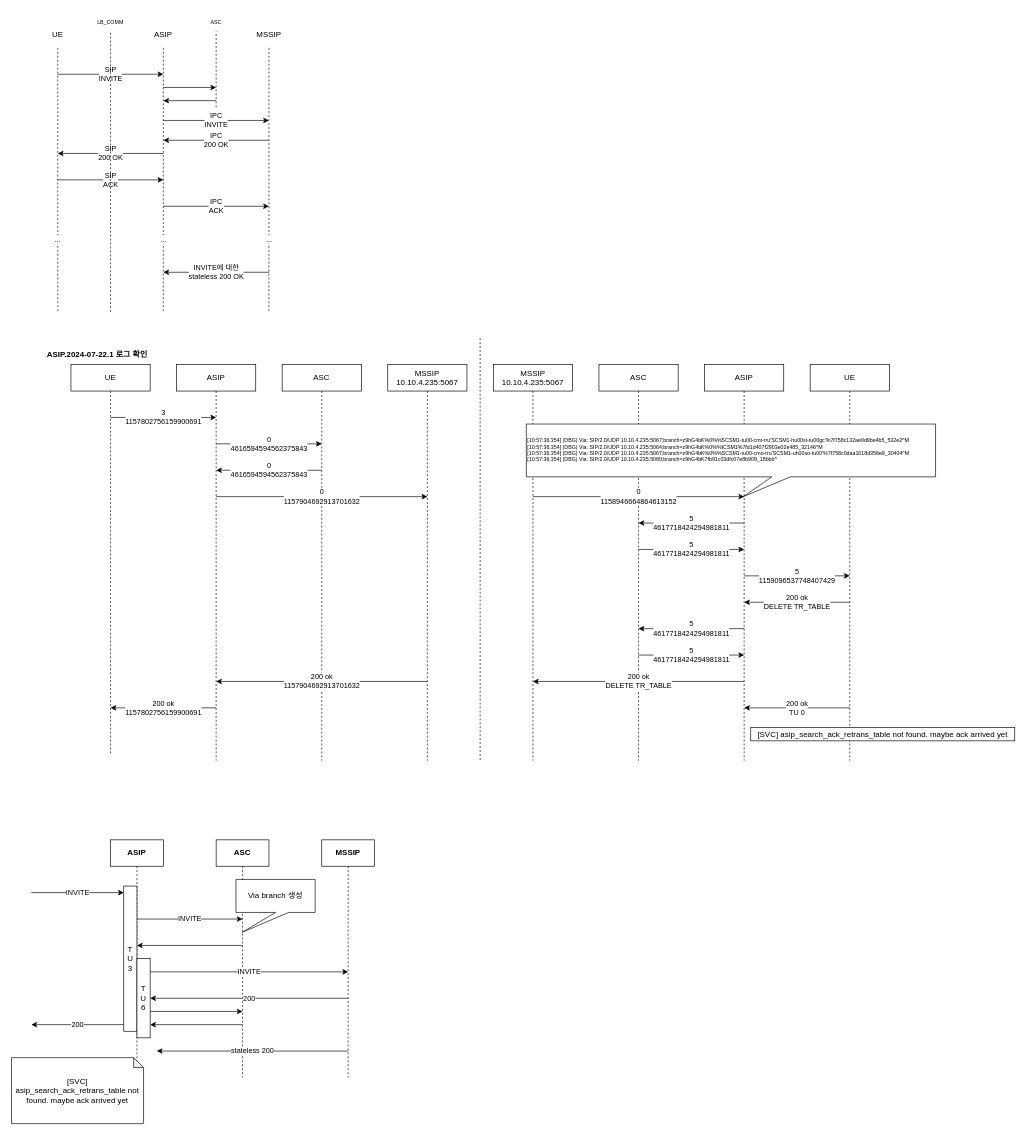
Before: ATIPC.drawio in JaeHyeon774/NEWTIL, a draw.io diagram. Source tidied: cells renumbered, new cells numbered last; positions are measured from the earlier drawing's top-left corner, leaving out a move shared by most shapes. Both pictures are drawn from the tidied source at 66%, with x=0, y=0 at pixel (11, 11).
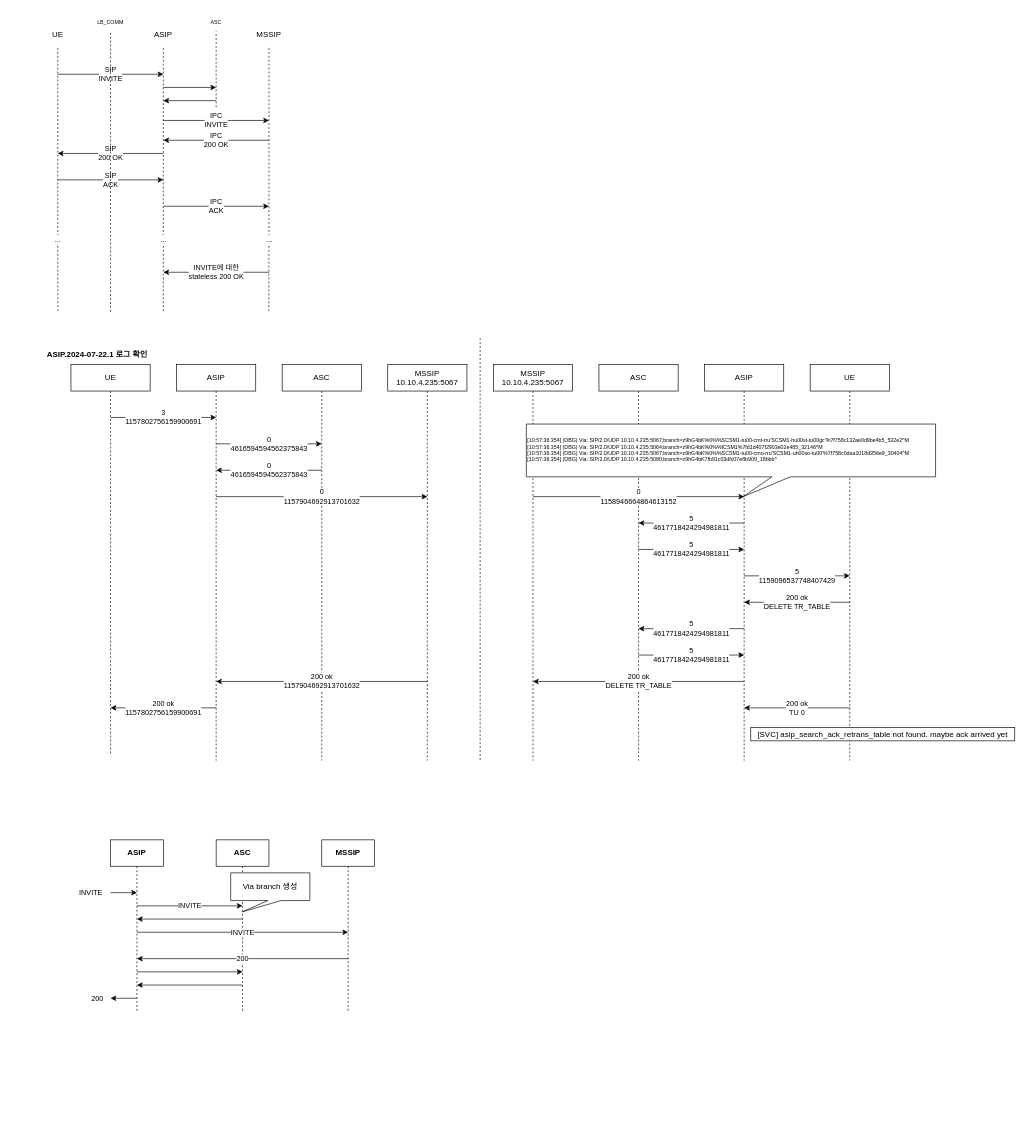
Above is the later version.

Unchanged cells that the change refers to:
```xml
<mxCell id="58" value="&lt;b&gt;ASIP&lt;/b&gt;" style="rounded=0;whiteSpace=wrap;html=1;" parent="1" vertex="1">
  <mxGeometry x="150" y="1255" width="80" height="40" as="geometry" />
</mxCell>
<mxCell id="60" value="&lt;b&gt;ASC&lt;/b&gt;" style="rounded=0;whiteSpace=wrap;html=1;" parent="1" vertex="1">
  <mxGeometry x="310" y="1255" width="80" height="40" as="geometry" />
</mxCell>
<mxCell id="62" value="&lt;b&gt;MSSIP&lt;/b&gt;" style="rounded=0;whiteSpace=wrap;html=1;" parent="1" vertex="1">
  <mxGeometry x="470" y="1255" width="80" height="40" as="geometry" />
</mxCell>
```

Change to the diagram source:
```diff
@@
     <mxCell id="2" style="edgeStyle=orthogonalEdgeStyle;rounded=0;jettySize=auto;html=1;exitX=0.5;exitY=1;exitDx=0;exitDy=0;dashed=1;endArrow=none;endFill=0;" parent="1" edge="1" source="58">
       <mxGeometry relative="1" as="geometry">
-        <mxPoint x="190" y="1615" as="targetPoint" />
+        <mxPoint x="190" y="1515" as="targetPoint" />
       </mxGeometry>
     </mxCell>
-    <mxCell id="3" value="T&lt;div&gt;U&lt;/div&gt;&lt;div&gt;3&lt;/div&gt;" style="rounded=0;whiteSpace=wrap;html=1;strokeColor=default;align=center;verticalAlign=middle;fontFamily=Helvetica;fontSize=12;fontColor=default;fillColor=default;" parent="1" vertex="1">
-      <mxGeometry x="170" y="1325" width="20" height="220" as="geometry" />
-    </mxCell>
@@
     <mxCell id="59" style="edgeStyle=orthogonalEdgeStyle;rounded=0;jettySize=auto;html=1;exitX=0.5;exitY=1;exitDx=0;exitDy=0;endArrow=none;endFill=0;dashed=1;" parent="1" edge="1" source="60">
       <mxGeometry relative="1" as="geometry">
-        <mxPoint x="350" y="1615" as="targetPoint" />
+        <mxPoint x="350" y="1515" as="targetPoint" />
       </mxGeometry>
     </mxCell>
@@
     <mxCell id="61" style="edgeStyle=orthogonalEdgeStyle;rounded=0;jettySize=auto;html=1;exitX=0.5;exitY=1;exitDx=0;exitDy=0;endArrow=none;endFill=0;dashed=1;" parent="1" edge="1" source="62">
       <mxGeometry relative="1" as="geometry">
-        <mxPoint x="510" y="1615" as="targetPoint" />
+        <mxPoint x="510" y="1515" as="targetPoint" />
       </mxGeometry>
     </mxCell>
@@
     <mxCell id="63" value="INVITE" style="endArrow=classic;html=1;rounded=0;" parent="1" edge="1">
-      <mxGeometry relative="1" as="geometry">
-        <mxPoint x="30" y="1335" as="sourcePoint" />
-        <mxPoint x="170" y="1335" as="targetPoint" />
+      <mxGeometry x="-1" y="-30" relative="1" as="geometry">
+        <mxPoint x="150" y="1335" as="sourcePoint" />
+        <mxPoint x="190" y="1335" as="targetPoint" />
+        <mxPoint x="-30" y="-30" as="offset" />
       </mxGeometry>
     </mxCell>
     <mxCell id="64" value="INVITE" style="endArrow=classic;html=1;rounded=0;" parent="1" edge="1">
       <mxGeometry relative="1" as="geometry">
-        <mxPoint x="190" y="1375" as="sourcePoint" />
-        <mxPoint x="350" y="1375" as="targetPoint" />
+        <mxPoint x="190" y="1355" as="sourcePoint" />
+        <mxPoint x="350" y="1355" as="targetPoint" />
       </mxGeometry>
     </mxCell>
     <mxCell id="65" style="endArrow=classic;html=1;rounded=0;" parent="1" edge="1">
       <mxGeometry relative="1" as="geometry">
-        <mxPoint x="350" y="1415" as="sourcePoint" />
-        <mxPoint x="190" y="1415" as="targetPoint" />
+        <mxPoint x="350" y="1375" as="sourcePoint" />
+        <mxPoint x="190" y="1375" as="targetPoint" />
       </mxGeometry>
     </mxCell>
     <mxCell id="66" value="INVITE" style="endArrow=classic;html=1;rounded=0;" parent="1" edge="1">
       <mxGeometry relative="1" as="geometry">
-        <mxPoint x="210" y="1455" as="sourcePoint" />
-        <mxPoint x="510" y="1455" as="targetPoint" />
+        <mxPoint x="190" y="1395" as="sourcePoint" />
+        <mxPoint x="510" y="1395" as="targetPoint" />
       </mxGeometry>
     </mxCell>
     <mxCell id="67" value="200" style="endArrow=classic;html=1;rounded=0;" parent="1" edge="1">
       <mxGeometry relative="1" as="geometry">
-        <mxPoint x="510" y="1495" as="sourcePoint" />
-        <mxPoint x="210" y="1495" as="targetPoint" />
+        <mxPoint x="510" y="1435" as="sourcePoint" />
+        <mxPoint x="190" y="1435" as="targetPoint" />
       </mxGeometry>
     </mxCell>
     <mxCell id="68" value="200" style="endArrow=classic;html=1;rounded=0;" parent="1" edge="1">
-      <mxGeometry relative="1" as="geometry">
-        <mxPoint x="170" y="1535" as="sourcePoint" />
-        <mxPoint x="30" y="1535" as="targetPoint" />
+      <mxGeometry x="1" y="20" relative="1" as="geometry">
+        <mxPoint x="190" y="1495" as="sourcePoint" />
+        <mxPoint x="150" y="1495" as="targetPoint" />
+        <mxPoint x="-20" y="-20" as="offset" />
       </mxGeometry>
     </mxCell>
-    <mxCell id="69" value="stateless 200" style="endArrow=classic;html=1;rounded=0;" parent="1" edge="1">
-      <mxGeometry relative="1" as="geometry">
-        <mxPoint x="510" y="1575" as="sourcePoint" />
-        <mxPoint x="220" y="1575" as="targetPoint" />
-      </mxGeometry>
-    </mxCell>
-    <mxCell id="70" value="[SVC] asip_search_ack_retrans_table not found.&amp;nbsp;maybe ack arrived yet" style="shape=note;whiteSpace=wrap;html=1;backgroundOutline=1;darkOpacity=0.05;strokeColor=default;align=center;verticalAlign=middle;fontFamily=Helvetica;fontSize=12;fontColor=default;fillColor=default;size=15;" parent="1" vertex="1">
-      <mxGeometry y="1585" width="200" height="100" as="geometry" />
-    </mxCell>
-    <mxCell id="71" value="Via branch 생성" style="shape=callout;whiteSpace=wrap;html=1;perimeter=calloutPerimeter;strokeColor=default;align=center;verticalAlign=middle;fontFamily=Helvetica;fontSize=12;fontColor=default;fillColor=default;position2=0.08;" parent="1" vertex="1">
-      <mxGeometry x="340" y="1315" width="120" height="80" as="geometry" />
-    </mxCell>
-    <mxCell id="72" value="T&lt;div&gt;U&lt;/div&gt;&lt;div&gt;6&lt;/div&gt;" style="rounded=0;whiteSpace=wrap;html=1;strokeColor=default;align=center;verticalAlign=middle;fontFamily=Helvetica;fontSize=12;fontColor=default;fillColor=default;" parent="1" vertex="1">
-      <mxGeometry x="190" y="1435" width="20" height="120" as="geometry" />
-    </mxCell>
     <mxCell id="73" style="endArrow=classic;html=1;rounded=0;fontFamily=Helvetica;fontSize=12;fontColor=default;" parent="1" edge="1">
       <mxGeometry relative="1" as="geometry">
-        <mxPoint x="210" y="1515" as="sourcePoint" />
-        <mxPoint x="350" y="1515" as="targetPoint" />
+        <mxPoint x="190" y="1455" as="sourcePoint" />
+        <mxPoint x="350" y="1455" as="targetPoint" />
       </mxGeometry>
     </mxCell>
     <mxCell id="74" style="endArrow=classic;html=1;rounded=0;fontFamily=Helvetica;fontSize=12;fontColor=default;" parent="1" edge="1">
       <mxGeometry relative="1" as="geometry">
-        <mxPoint x="350" y="1535" as="sourcePoint" />
-        <mxPoint x="210" y="1535" as="targetPoint" />
+        <mxPoint x="350" y="1475" as="sourcePoint" />
+        <mxPoint x="190" y="1475" as="targetPoint" />
       </mxGeometry>
     </mxCell>
+    <mxCell id="71" value="Via branch 생성" style="shape=callout;whiteSpace=wrap;html=1;perimeter=calloutPerimeter;strokeColor=default;align=center;verticalAlign=middle;fontFamily=Helvetica;fontSize=12;fontColor=default;fillColor=default;position2=0.15;size=17;position=0.47;" parent="1" vertex="1">
+      <mxGeometry x="332" y="1305" width="120" height="59" as="geometry" />
+    </mxCell>
```
